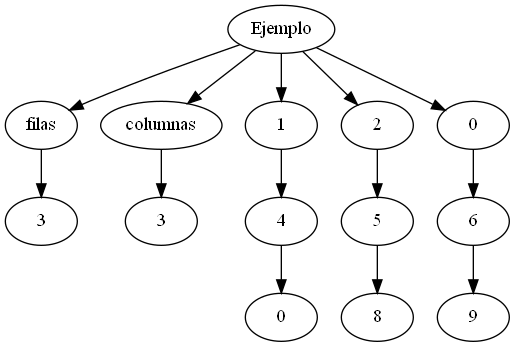
The Graphviz diagram grafo.png in BrayanPradoMarroquin/IPC2_Proyecto1_-201801369, before a commit. Its source is kept beside it as grafo.dot.
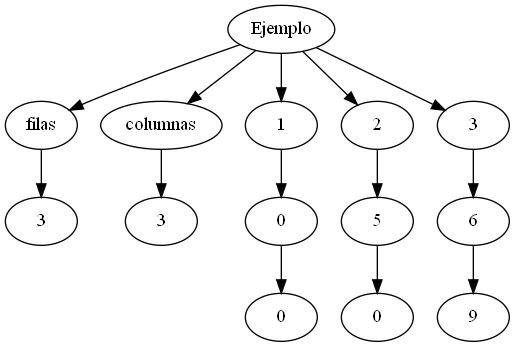
Above is the later version.

Diff of the diagram source:
```diff
@@ -5,7 +5,7 @@
 Ejemplo-> columnas -> Col
 11[label="1"]
 Ejemplo->11
-21[label="4"]
+21[label="0"]
 11->21
 31[label="0"]
 21->31
@@ -13,9 +13,9 @@
 Ejemplo->12
 22[label="5"]
 12->22
-32[label="8"]
+32[label="0"]
 22->32
-13[label="0"]
+13[label="3"]
 Ejemplo->13
 23[label="6"]
 13->23
```
